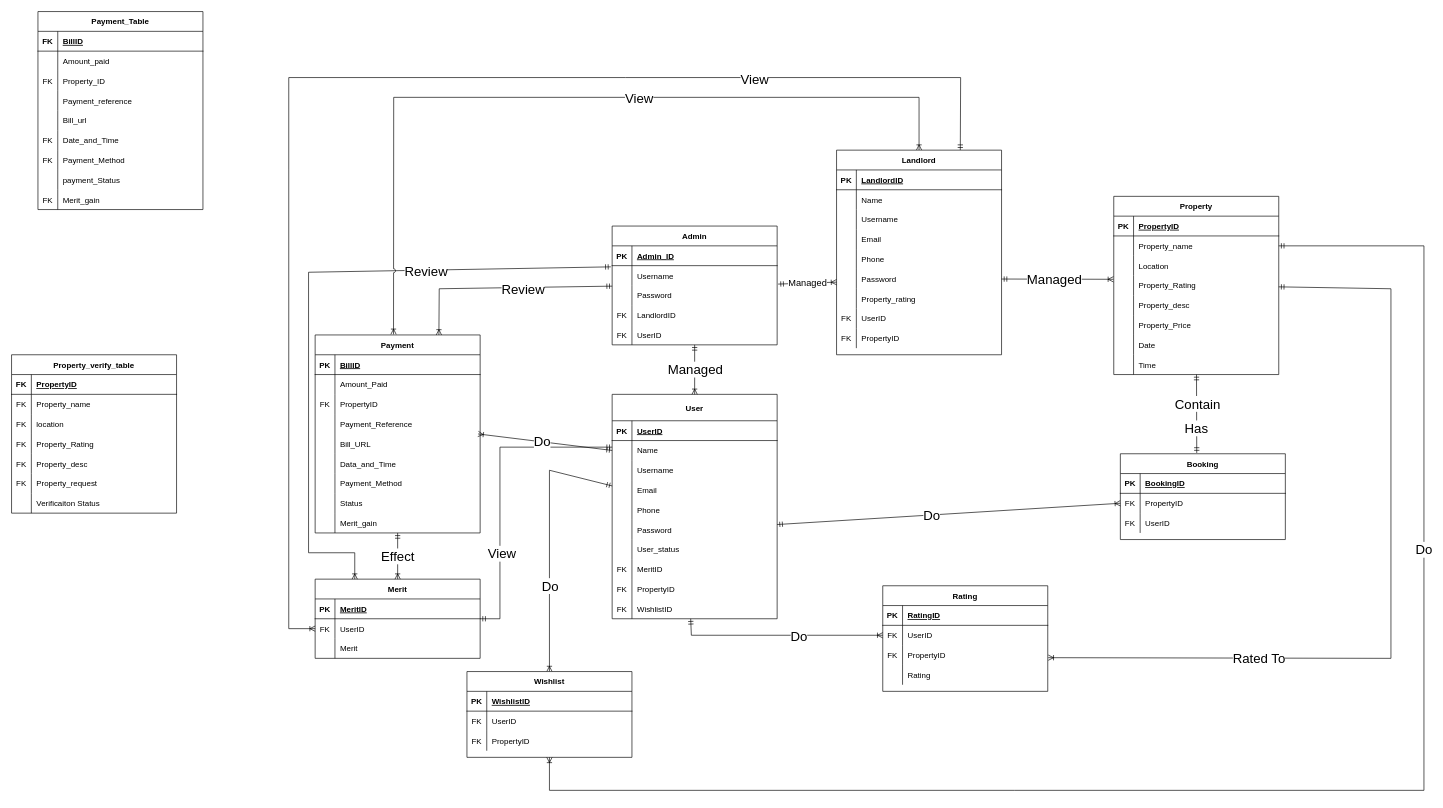
Before: DFD FYP/ERD.drawio in SNOW15782/Fyp, a draw.io diagram. Source tidied: cells renumbered, new cells numbered last; positions are measured from the earlier drawing's top-left corner, leaving out a move shared by most shapes. Both pictures are drawn from the tidied source at 66%, with x=0, y=0 at pixel (11, 11).
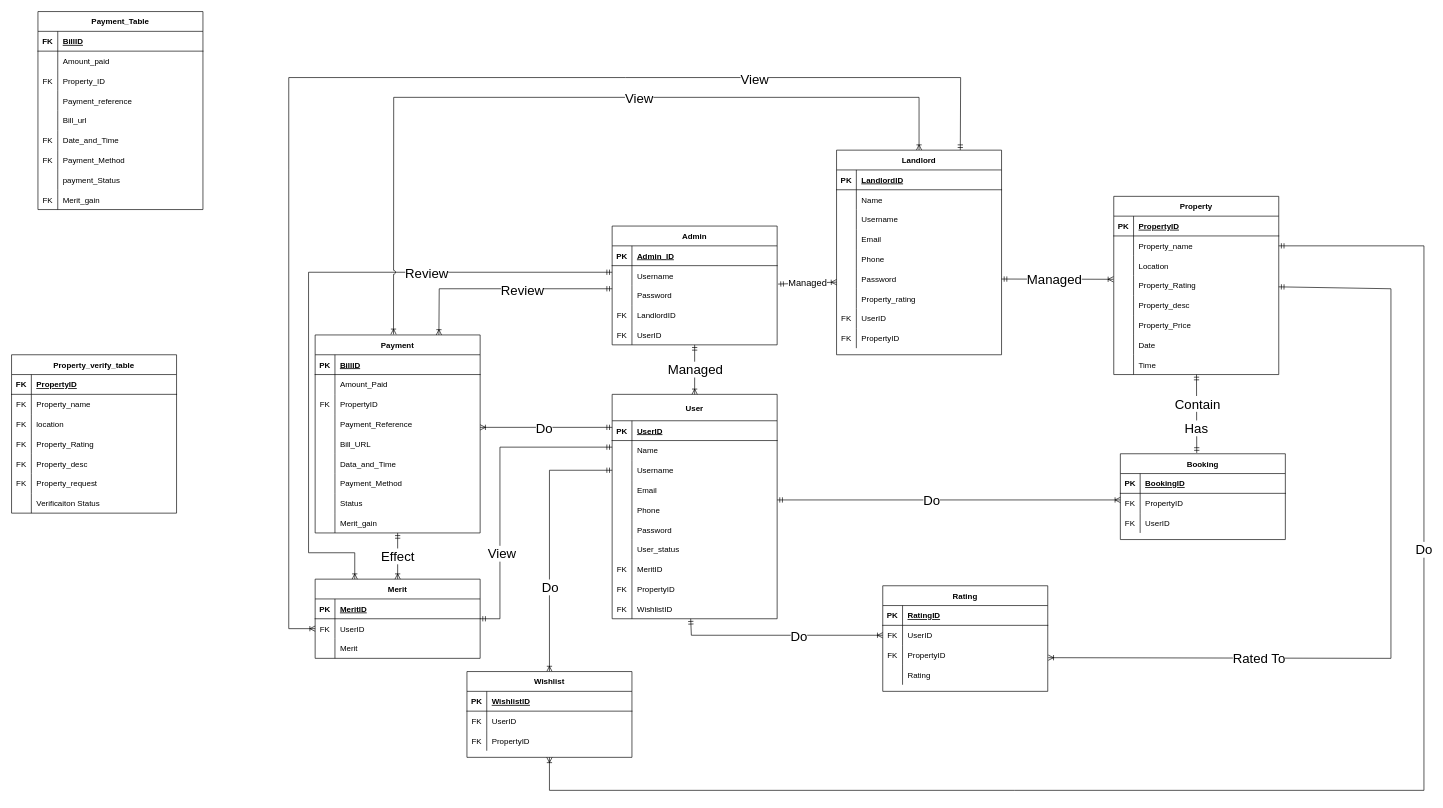
Above is the later version.

The change refers to these unchanged cells:
```xml
<mxCell id="4" value="Merit" style="shape=table;startSize=30;childLayout=tableLayout;rowLines=0;fontStyle=1;align=center;" parent="1" vertex="1">
  <mxGeometry x="460" y="860" width="250" height="120" as="geometry" />
</mxCell>
<mxCell id="18" value="User" style="shape=table;startSize=40;childLayout=tableLayout;rowLines=0;fontStyle=1;align=center;" parent="1" vertex="1">
  <mxGeometry x="910" y="580" width="250" height="340" as="geometry" />
</mxCell>
<mxCell id="22" style="shape=partialRectangle;fillColor=none;points=[[0,0.5],[1,0.5]];portConstraint=eastwest;top=0;left=0;right=0;bottom=0;" parent="18" vertex="1">
  <mxGeometry y="70" width="250" height="30" as="geometry" />
</mxCell>
<mxCell id="25" style="shape=partialRectangle;fillColor=none;points=[[0,0.5],[1,0.5]];portConstraint=eastwest;top=0;left=0;right=0;bottom=0;" parent="18" vertex="1">
  <mxGeometry y="100" width="250" height="30" as="geometry" />
</mxCell>
<mxCell id="31" style="shape=partialRectangle;fillColor=none;points=[[0,0.5],[1,0.5]];portConstraint=eastwest;top=0;left=0;right=0;bottom=0;" parent="18" vertex="1">
  <mxGeometry y="160" width="250" height="30" as="geometry" />
</mxCell>
<mxCell id="34" style="shape=partialRectangle;fillColor=none;points=[[0,0.5],[1,0.5]];portConstraint=eastwest;top=0;left=0;right=0;bottom=0;" parent="18" vertex="1">
  <mxGeometry y="190" width="250" height="30" as="geometry" />
</mxCell>
<mxCell id="53" style="shape=partialRectangle;fillColor=none;points=[[0,0.5],[1,0.5]];portConstraint=eastwest;top=0;left=0;right=0;bottom=0;" parent="49" vertex="1">
  <mxGeometry y="60" width="250" height="30" as="geometry" />
</mxCell>
<mxCell id="60" value="Payment" style="shape=table;startSize=30;childLayout=tableLayout;rowLines=0;fontStyle=1;align=center;" parent="1" vertex="1">
  <mxGeometry x="460" y="490" width="250" height="300" as="geometry" />
</mxCell>
<mxCell id="70" style="shape=partialRectangle;fillColor=none;points=[[0,0.5],[1,0.5]];portConstraint=eastwest;top=0;left=0;right=0;bottom=0;" parent="60" vertex="1">
  <mxGeometry y="120" width="250" height="30" as="geometry" />
</mxCell>
<mxCell id="115" style="shape=partialRectangle;fillColor=none;points=[[0,0.5],[1,0.5]];portConstraint=eastwest;top=0;left=0;right=0;bottom=1;" parent="114" vertex="1">
  <mxGeometry y="30" width="250" height="30" as="geometry" />
</mxCell>
<mxCell id="118" style="shape=partialRectangle;fillColor=none;points=[[0,0.5],[1,0.5]];portConstraint=eastwest;top=0;left=0;right=0;bottom=0;" parent="114" vertex="1">
  <mxGeometry y="60" width="250" height="30" as="geometry" />
</mxCell>
<mxCell id="121" style="shape=partialRectangle;fillColor=none;points=[[0,0.5],[1,0.5]];portConstraint=eastwest;top=0;left=0;right=0;bottom=0;" parent="114" vertex="1">
  <mxGeometry y="90" width="250" height="30" as="geometry" />
</mxCell>
<mxCell id="228" value="Wishlist" style="shape=table;startSize=30;childLayout=tableLayout;rowLines=0;fontStyle=1;align=center;" parent="1" vertex="1">
  <mxGeometry x="690" y="1000" width="250" height="130" as="geometry" />
</mxCell>
```

The edit, as a diff of the source:
```diff
@@
-    <mxCell id="14" style="edgeStyle=none;html=1;entryX=0.5;entryY=0;entryDx=0;entryDy=0;startArrow=ERmandOne;startFill=0;endArrow=ERoneToMany;endFill=0;rounded=0;" parent="1" edge="1" source="18" target="228">
+    <mxCell id="14" style="edgeStyle=none;html=1;entryX=0.5;entryY=0;entryDx=0;entryDy=0;startArrow=ERmandOne;startFill=0;endArrow=ERoneToMany;endFill=0;rounded=0;exitX=0;exitY=0.5;exitDx=0;exitDy=0;" parent="1" edge="1" source="25" target="228">
       <mxGeometry relative="1" as="geometry">
         <Array as="points">
           <mxPoint x="815" y="695" />
         </Array>
       </mxGeometry>
     </mxCell>
@@
-    <mxCell id="112" style="edgeStyle=none;rounded=0;html=1;entryX=0.24;entryY=0;entryDx=0;entryDy=0;fontSize=20;startArrow=ERmandOne;startFill=0;endArrow=ERoneToMany;endFill=0;exitX=-0.008;exitY=1.061;exitDx=0;exitDy=0;entryPerimeter=0;jumpStyle=arc;jumpSize=20;exitPerimeter=0;" parent="1" edge="1" source="115" target="4">
+    <mxCell id="112" style="edgeStyle=none;rounded=0;html=1;entryX=0.24;entryY=0;entryDx=0;entryDy=0;fontSize=20;startArrow=ERmandOne;startFill=0;endArrow=ERoneToMany;endFill=0;exitX=0;exitY=0.333;exitDx=0;exitDy=0;entryPerimeter=0;jumpStyle=arc;jumpSize=20;exitPerimeter=0;" parent="1" edge="1" source="118" target="4">
       <mxGeometry relative="1" as="geometry">
         <Array as="points">
+          <mxPoint x="680" y="395" />
           <mxPoint x="450" y="395" />
           <mxPoint x="450" y="820" />
           <mxPoint x="520" y="820" />
         </Array>
       </mxGeometry>
     </mxCell>
@@
-    <mxCell id="226" style="edgeStyle=none;html=1;entryX=0;entryY=0.5;entryDx=0;entryDy=0;startArrow=ERmandOne;startFill=0;endArrow=ERoneToMany;endFill=0;" parent="1" edge="1" source="34" target="53">
+    <mxCell id="226" style="edgeStyle=none;html=1;entryX=0;entryY=0.333;entryDx=0;entryDy=0;startArrow=ERmandOne;startFill=0;endArrow=ERoneToMany;endFill=0;exitX=1;exitY=0;exitDx=0;exitDy=0;exitPerimeter=0;entryPerimeter=0;" parent="1" edge="1" source="31" target="53">
       <mxGeometry relative="1" as="geometry" />
     </mxCell>
@@
-    <mxCell id="251" style="edgeStyle=none;rounded=0;html=1;startArrow=ERmandOne;startFill=0;endArrow=ERoneToMany;endFill=0;exitX=0;exitY=0.5;exitDx=0;exitDy=0;" parent="1" edge="1" source="22" target="70">
-      <mxGeometry relative="1" as="geometry" />
+    <mxCell id="251" style="edgeStyle=none;rounded=0;html=1;startArrow=ERmandOne;startFill=0;endArrow=ERoneToMany;endFill=0;" parent="1" edge="1">
+      <mxGeometry relative="1" as="geometry">
+        <mxPoint x="910" y="630" as="sourcePoint" />
+        <mxPoint x="710" y="630" as="targetPoint" />
+      </mxGeometry>
     </mxCell>
@@
-    <mxCell id="253" style="edgeStyle=none;rounded=0;html=1;entryX=0.75;entryY=0;entryDx=0;entryDy=0;startArrow=ERmandOne;startFill=0;endArrow=ERoneToMany;endFill=0;exitX=0;exitY=1.035;exitDx=0;exitDy=0;exitPerimeter=0;" parent="1" edge="1" source="118" target="60">
+    <mxCell id="253" style="edgeStyle=none;rounded=0;html=1;entryX=0.75;entryY=0;entryDx=0;entryDy=0;startArrow=ERmandOne;startFill=0;endArrow=ERoneToMany;endFill=0;exitX=0;exitY=0.167;exitDx=0;exitDy=0;exitPerimeter=0;" parent="1" edge="1" source="121" target="60">
       <mxGeometry relative="1" as="geometry">
         <Array as="points">
           <mxPoint x="648" y="420" />
         </Array>
       </mxGeometry>
     </mxCell>
```
